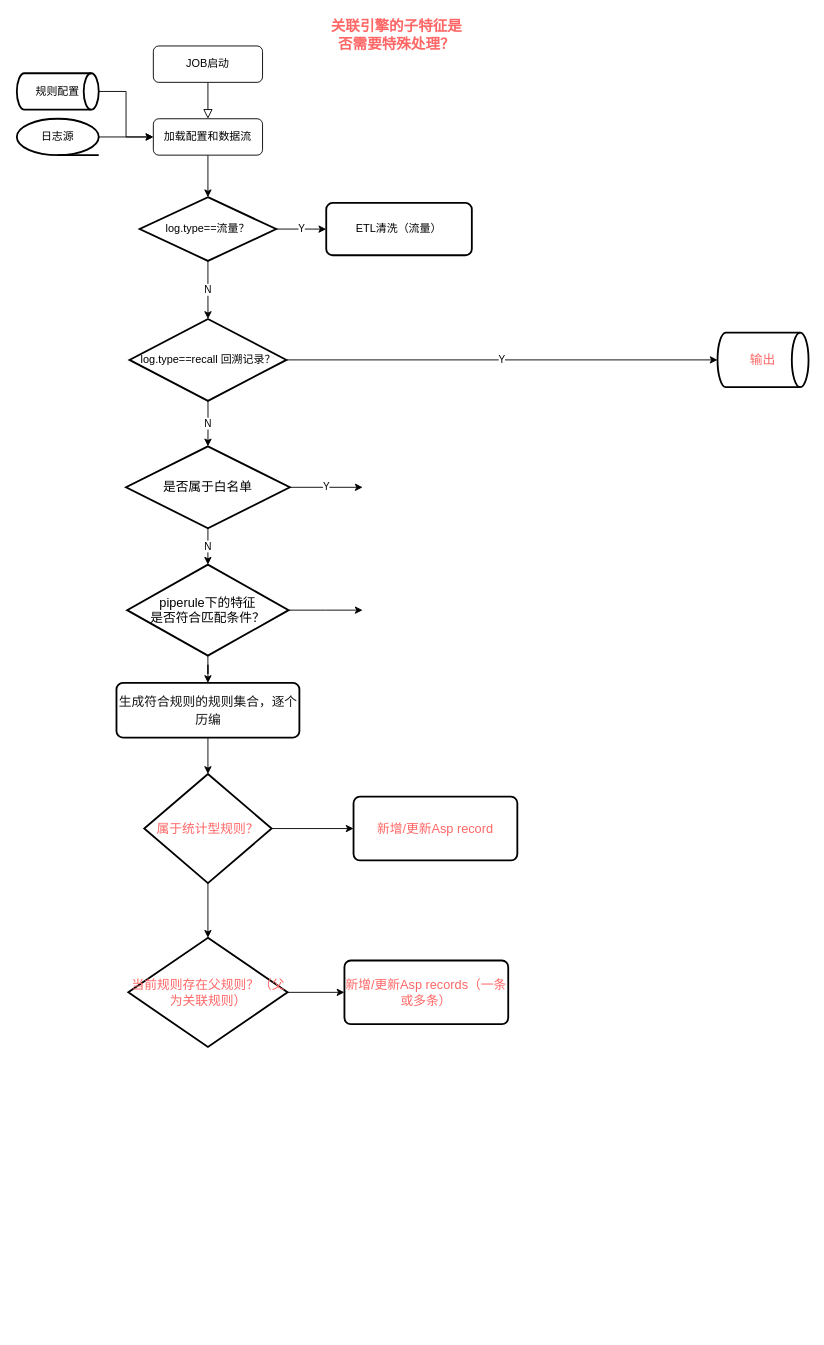
The draw.io diagram 分析引擎-特征前置过滤流程.drawio in liujianqun/draw, before the edit. Source tidied: cells renumbered, new cells numbered last; positions are measured from the earlier drawing's top-left corner, leaving out a move shared by most shapes. Both pictures are drawn from the tidied source at 91%, with x=0, y=0 at pixel (16, 27).
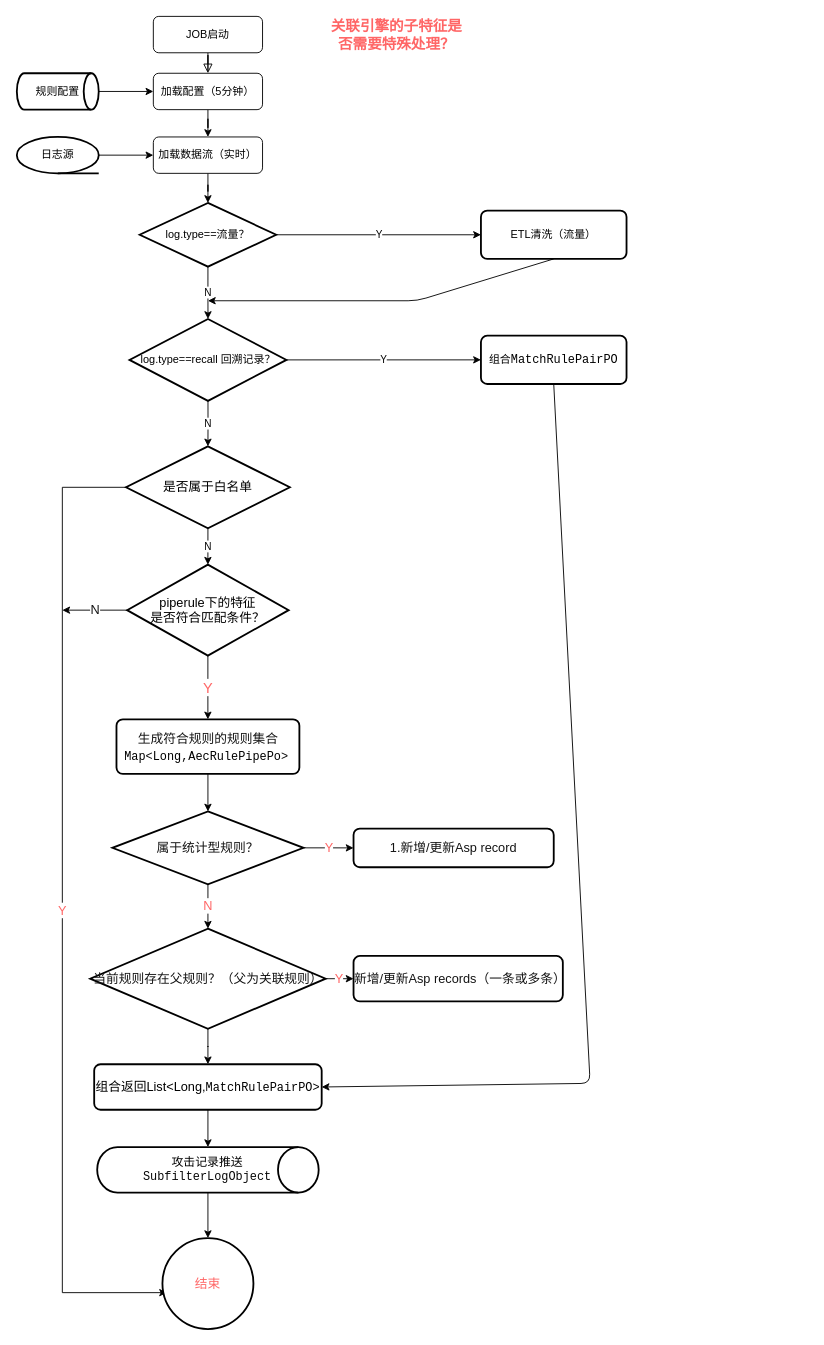
Above is the later version.

Commit message:
Update 分析引擎-特征前置过滤流程.drawio

Unchanged cells that the change refers to:
```xml
<mxCell id="16" value="log.type==recall 回溯记录？" style="strokeWidth=2;html=1;shape=mxgraph.flowchart.decision;whiteSpace=wrap;" parent="1" vertex="1">
  <mxGeometry x="123.8" y="320" width="172.5" height="90" as="geometry" />
</mxCell>
<mxCell id="19" value="是否属于白名单" style="strokeWidth=2;html=1;shape=mxgraph.flowchart.decision;whiteSpace=wrap;fontSize=14;" parent="1" vertex="1">
  <mxGeometry x="120" y="460" width="180" height="90" as="geometry" />
</mxCell>
<mxCell id="22" value="piperule下的特征&lt;br style=&quot;font-size: 14px;&quot;&gt;是否符合匹配条件？" style="strokeWidth=2;html=1;shape=mxgraph.flowchart.decision;whiteSpace=wrap;fontSize=14;" parent="1" vertex="1">
  <mxGeometry x="121.2" y="590" width="177.5" height="100" as="geometry" />
</mxCell>
```

What changed in the source:
```diff
@@
     <mxCell id="3" value="JOB启动" style="rounded=1;whiteSpace=wrap;html=1;fontSize=12;glass=0;strokeWidth=1;shadow=0;" parent="1" vertex="1">
-      <mxGeometry x="150" y="20" width="120" height="40" as="geometry" />
+      <mxGeometry x="150" y="-12.5" width="120" height="40" as="geometry" />
     </mxCell>
-    <mxCell id="4" style="edgeStyle=orthogonalEdgeStyle;rounded=0;jettySize=auto;html=1;entryX=0.5;entryY=0;entryDx=0;entryDy=0;entryPerimeter=0;" parent="1" edge="1" source="5" target="12">
+    <mxCell id="4" style="edgeStyle=orthogonalEdgeStyle;rounded=0;jettySize=auto;html=1;entryX=0.5;entryY=0;entryDx=0;entryDy=0;" parent="1" edge="1" source="5" target="38">
       <mxGeometry relative="1" as="geometry" />
     </mxCell>
-    <mxCell id="5" value="加载配置和数据流" style="rounded=1;whiteSpace=wrap;html=1;fontSize=12;glass=0;strokeWidth=1;shadow=0;" parent="1" vertex="1">
-      <mxGeometry x="150" y="100" width="120" height="40" as="geometry" />
+    <mxCell id="5" value="加载配置（5分钟）" style="rounded=1;whiteSpace=wrap;html=1;fontSize=12;glass=0;strokeWidth=1;shadow=0;" parent="1" vertex="1">
+      <mxGeometry x="150" y="50" width="120" height="40" as="geometry" />
     </mxCell>
-    <mxCell id="6" style="edgeStyle=orthogonalEdgeStyle;rounded=0;jettySize=auto;html=1;entryX=0;entryY=0.5;entryDx=0;entryDy=0;" parent="1" edge="1" source="7" target="5">
-      <mxGeometry relative="1" as="geometry" />
-    </mxCell>
+    <mxCell id="34" style="edgeStyle=orthogonalEdgeStyle;rounded=0;jettySize=auto;html=1;fontSize=14;fontColor=#FF6666;" parent="1" edge="1" source="7" target="38">
+      <mxGeometry relative="1" as="geometry" />
+    </mxCell>
     <mxCell id="7" value="日志源" style="strokeWidth=2;html=1;shape=mxgraph.flowchart.sequential_data;whiteSpace=wrap;" parent="1" vertex="1">
-      <mxGeometry y="100" width="90" height="40" as="geometry" />
+      <mxGeometry y="120" width="90" height="40" as="geometry" />
     </mxCell>
@@
     <mxCell id="12" value="log.type==流量？" style="strokeWidth=2;html=1;shape=mxgraph.flowchart.decision;whiteSpace=wrap;" parent="1" vertex="1">
-      <mxGeometry x="135" y="186.2" width="150" height="70" as="geometry" />
+      <mxGeometry x="135" y="192.5" width="150" height="70" as="geometry" />
     </mxCell>
     <mxCell id="13" value="ETL清洗（流量）" style="rounded=1;whiteSpace=wrap;html=1;absoluteArcSize=1;arcSize=14;strokeWidth=2;" parent="1" vertex="1">
-      <mxGeometry x="340" y="192.5" width="160" height="57.5" as="geometry" />
+      <mxGeometry x="510" y="200.9" width="160" height="53.1" as="geometry" />
     </mxCell>
-    <mxCell id="14" value="Y" style="edgeStyle=orthogonalEdgeStyle;rounded=0;jettySize=auto;html=1;exitX=1;exitY=0.5;exitDx=0;exitDy=0;exitPerimeter=0;entryX=0;entryY=0.5;entryDx=0;entryDy=0;entryPerimeter=0;" parent="1" edge="1" source="16" target="33">
+    <mxCell id="14" value="Y" style="edgeStyle=orthogonalEdgeStyle;rounded=0;jettySize=auto;html=1;exitX=1;exitY=0.5;exitDx=0;exitDy=0;exitPerimeter=0;entryX=0;entryY=0.5;entryDx=0;entryDy=0;" parent="1" edge="1" source="16" target="40">
       <mxGeometry relative="1" as="geometry" />
     </mxCell>
@@
+    <mxCell id="18" value="N" style="edgeStyle=orthogonalEdgeStyle;rounded=0;jettySize=auto;html=1;exitX=0.5;exitY=1;exitDx=0;exitDy=0;exitPerimeter=0;entryX=0.5;entryY=0;entryDx=0;entryDy=0;entryPerimeter=0;" parent="1" edge="1" source="19" target="22">
+      <mxGeometry relative="1" as="geometry" />
+    </mxCell>
-    <mxCell id="17" value="Y" style="edgeStyle=orthogonalEdgeStyle;rounded=0;jettySize=auto;html=1;exitX=1;exitY=0.5;exitDx=0;exitDy=0;exitPerimeter=0;" parent="1" edge="1" source="19">
+    <mxCell id="17" value="Y" style="edgeStyle=orthogonalEdgeStyle;rounded=0;jettySize=auto;html=1;exitX=0;exitY=0.5;exitDx=0;exitDy=0;exitPerimeter=0;fontSize=14;fontColor=#FF6666;entryX=0.05;entryY=0.6;entryDx=0;entryDy=0;entryPerimeter=0;" parent="1" edge="1" source="19" target="46">
       <mxGeometry relative="1" as="geometry">
-        <mxPoint x="380" y="505" as="targetPoint" />
+        <Array as="points">
+          <mxPoint x="50" y="505" />
+          <mxPoint x="50" y="1390" />
+        </Array>
       </mxGeometry>
     </mxCell>
-    <mxCell id="18" value="N" style="edgeStyle=orthogonalEdgeStyle;rounded=0;jettySize=auto;html=1;exitX=0.5;exitY=1;exitDx=0;exitDy=0;exitPerimeter=0;entryX=0.5;entryY=0;entryDx=0;entryDy=0;entryPerimeter=0;" parent="1" edge="1" source="19" target="22">
-      <mxGeometry relative="1" as="geometry" />
-    </mxCell>
@@
-    <mxCell id="20" style="edgeStyle=orthogonalEdgeStyle;rounded=0;jettySize=auto;html=1;exitX=1;exitY=0.5;exitDx=0;exitDy=0;exitPerimeter=0;fontSize=16;fontColor=#FF6666;" parent="1" edge="1" source="22">
-      <mxGeometry relative="1" as="geometry">
-        <mxPoint x="380" y="640" as="targetPoint" />
-      </mxGeometry>
-    </mxCell>
-    <mxCell id="21" style="edgeStyle=orthogonalEdgeStyle;rounded=0;jettySize=auto;html=1;exitX=0.5;exitY=1;exitDx=0;exitDy=0;exitPerimeter=0;fontSize=16;fontColor=#FF6666;" parent="1" edge="1" source="22" target="25">
+    <mxCell id="21" value="Y" style="edgeStyle=orthogonalEdgeStyle;rounded=0;jettySize=auto;html=1;exitX=0.5;exitY=1;exitDx=0;exitDy=0;exitPerimeter=0;fontSize=16;fontColor=#FF6666;" parent="1" edge="1" source="22" target="25">
       <mxGeometry relative="1" as="geometry" />
     </mxCell>
+    <mxCell id="35" value="N" style="edgeStyle=orthogonalEdgeStyle;rounded=0;jettySize=auto;html=1;exitX=0;exitY=0.5;exitDx=0;exitDy=0;exitPerimeter=0;fontSize=14;fontColor=#141414;" parent="1" edge="1" source="22">
+      <mxGeometry relative="1" as="geometry">
+        <mxPoint x="50" y="640" as="targetPoint" />
+      </mxGeometry>
+    </mxCell>
@@
-    <mxCell id="25" value="&lt;font color=&quot;#141414&quot;&gt;&lt;span style=&quot;font-size: 14px&quot;&gt;生成符合规则的规则集合，逐个历编&lt;/span&gt;&lt;/font&gt;" style="rounded=1;whiteSpace=wrap;html=1;absoluteArcSize=1;arcSize=14;strokeWidth=2;fontSize=16;fontColor=#FF6666;" parent="1" vertex="1">
-      <mxGeometry x="109.5" y="720" width="201" height="60" as="geometry" />
+    <mxCell id="25" value="&lt;font color=&quot;#141414&quot;&gt;&lt;span style=&quot;font-size: 14px&quot;&gt;生成符合规则的规则集合&lt;br&gt;&lt;/span&gt;&lt;/font&gt;&lt;span style=&quot;font-family: &amp;#34;jetbrains mono&amp;#34; , monospace ; font-size: 9.8pt ; color: rgb(0 , 0 , 0)&quot;&gt;Map&lt;/span&gt;&lt;span style=&quot;background-color: rgb(255 , 255 , 255) ; color: rgb(8 , 8 , 8) ; font-family: &amp;#34;jetbrains mono&amp;#34; , monospace ; font-size: 9.8pt&quot;&gt;&amp;lt;&lt;/span&gt;&lt;span style=&quot;font-family: &amp;#34;jetbrains mono&amp;#34; , monospace ; font-size: 9.8pt ; color: rgb(0 , 0 , 0)&quot;&gt;Long&lt;/span&gt;&lt;span style=&quot;background-color: rgb(255 , 255 , 255) ; color: rgb(8 , 8 , 8) ; font-family: &amp;#34;jetbrains mono&amp;#34; , monospace ; font-size: 9.8pt&quot;&gt;,&lt;/span&gt;&lt;span style=&quot;font-family: &amp;#34;jetbrains mono&amp;#34; , monospace ; font-size: 9.8pt ; color: rgb(0 , 0 , 0)&quot;&gt;AecRulePipePo&lt;/span&gt;&lt;span style=&quot;background-color: rgb(255 , 255 , 255) ; color: rgb(8 , 8 , 8) ; font-family: &amp;#34;jetbrains mono&amp;#34; , monospace ; font-size: 9.8pt&quot;&gt;&amp;gt;&lt;/span&gt;&lt;font color=&quot;#141414&quot;&gt;&lt;span style=&quot;font-size: 14px&quot;&gt;&amp;nbsp;&lt;/span&gt;&lt;/font&gt;" style="rounded=1;whiteSpace=wrap;html=1;absoluteArcSize=1;arcSize=14;strokeWidth=2;fontSize=16;fontColor=#FF6666;" parent="1" vertex="1">
+      <mxGeometry x="109.5" y="760" width="201" height="60" as="geometry" />
     </mxCell>
-    <mxCell id="26" style="edgeStyle=orthogonalEdgeStyle;rounded=0;jettySize=auto;html=1;exitX=1;exitY=0.5;exitDx=0;exitDy=0;exitPerimeter=0;fontSize=14;fontColor=#FF6666;entryX=0;entryY=0.5;entryDx=0;entryDy=0;" parent="1" edge="1" source="28" target="29">
+    <mxCell id="26" value="Y" style="edgeStyle=orthogonalEdgeStyle;rounded=0;jettySize=auto;html=1;exitX=1;exitY=0.5;exitDx=0;exitDy=0;exitPerimeter=0;fontSize=14;fontColor=#FF6666;entryX=0;entryY=0.5;entryDx=0;entryDy=0;" parent="1" edge="1" source="28" target="29">
       <mxGeometry relative="1" as="geometry" />
     </mxCell>
-    <mxCell id="27" style="edgeStyle=orthogonalEdgeStyle;rounded=0;jettySize=auto;html=1;fontSize=14;fontColor=#FF6666;entryX=0.5;entryY=0;entryDx=0;entryDy=0;entryPerimeter=0;" parent="1" edge="1" source="28" target="31">
+    <mxCell id="27" value="N" style="edgeStyle=orthogonalEdgeStyle;rounded=0;jettySize=auto;html=1;fontSize=14;fontColor=#FF6666;entryX=0.5;entryY=0;entryDx=0;entryDy=0;entryPerimeter=0;" parent="1" edge="1" source="28" target="31">
       <mxGeometry relative="1" as="geometry" />
     </mxCell>
-    <mxCell id="28" value="属于统计型规则？" style="strokeWidth=2;html=1;shape=mxgraph.flowchart.decision;whiteSpace=wrap;fontSize=14;fontColor=#FF6666;" parent="1" vertex="1">
-      <mxGeometry x="140" y="820" width="140" height="120" as="geometry" />
+    <mxCell id="28" value="属于统计型规则？" style="strokeWidth=2;html=1;shape=mxgraph.flowchart.decision;whiteSpace=wrap;fontSize=14;fontColor=#141414;" parent="1" vertex="1">
+      <mxGeometry x="105" y="861.2" width="210" height="80" as="geometry" />
     </mxCell>
-    <mxCell id="29" value="新增/更新Asp record" style="rounded=1;whiteSpace=wrap;html=1;absoluteArcSize=1;arcSize=14;strokeWidth=2;fontSize=14;fontColor=#FF6666;" parent="1" vertex="1">
-      <mxGeometry x="370" y="845" width="180" height="70" as="geometry" />
+    <mxCell id="29" value="1.新增/更新Asp record" style="rounded=1;whiteSpace=wrap;html=1;absoluteArcSize=1;arcSize=14;strokeWidth=2;fontSize=14;fontColor=#141414;" parent="1" vertex="1">
+      <mxGeometry x="370" y="880" width="220" height="42.5" as="geometry" />
     </mxCell>
-    <mxCell id="30" style="edgeStyle=orthogonalEdgeStyle;rounded=0;jettySize=auto;html=1;exitX=1;exitY=0.5;exitDx=0;exitDy=0;exitPerimeter=0;fontSize=14;fontColor=#FF6666;entryX=0;entryY=0.5;entryDx=0;entryDy=0;" parent="1" edge="1" source="31" target="32">
+    <mxCell id="30" value="Y" style="edgeStyle=orthogonalEdgeStyle;rounded=0;jettySize=auto;html=1;exitX=1;exitY=0.5;exitDx=0;exitDy=0;exitPerimeter=0;fontSize=14;fontColor=#FF6666;entryX=0;entryY=0.5;entryDx=0;entryDy=0;" parent="1" edge="1" source="31" target="32">
       <mxGeometry relative="1" as="geometry" />
     </mxCell>
+    <mxCell id="36" style="edgeStyle=orthogonalEdgeStyle;rounded=0;jettySize=auto;html=1;fontSize=14;fontColor=#FF6666;entryX=0.5;entryY=0;entryDx=0;entryDy=0;" parent="1" edge="1" source="31" target="42">
+      <mxGeometry relative="1" as="geometry" />
+    </mxCell>
-    <mxCell id="31" value="当前规则存在父规则？（父为关联规则）" style="strokeWidth=2;html=1;shape=mxgraph.flowchart.decision;whiteSpace=wrap;fontSize=14;fontColor=#FF6666;" parent="1" vertex="1">
-      <mxGeometry x="122.5" y="1000" width="175" height="120" as="geometry" />
+    <mxCell id="31" value="当前规则存在父规则？（父为关联规则）" style="strokeWidth=2;html=1;shape=mxgraph.flowchart.decision;whiteSpace=wrap;fontSize=14;fontColor=#141414;" parent="1" vertex="1">
+      <mxGeometry x="80.6" y="990" width="258.8" height="110" as="geometry" />
     </mxCell>
-    <mxCell id="32" value="新增/更新Asp records（一条或多条）" style="rounded=1;whiteSpace=wrap;html=1;absoluteArcSize=1;arcSize=14;strokeWidth=2;fontSize=14;fontColor=#FF6666;" parent="1" vertex="1">
-      <mxGeometry x="360" y="1025" width="180" height="70" as="geometry" />
+    <mxCell id="32" value="新增/更新Asp records（一条或多条）" style="rounded=1;whiteSpace=wrap;html=1;absoluteArcSize=1;arcSize=14;strokeWidth=2;fontSize=14;fontColor=#141414;" parent="1" vertex="1">
+      <mxGeometry x="370" y="1020" width="230" height="50" as="geometry" />
     </mxCell>
-    <mxCell id="33" value="输出" style="strokeWidth=2;html=1;shape=mxgraph.flowchart.direct_data;whiteSpace=wrap;fontSize=14;fontColor=#FF6666;" parent="1" vertex="1">
-      <mxGeometry x="770" y="335" width="100" height="60" as="geometry" />
-    </mxCell>
+    <mxCell id="37" style="edgeStyle=orthogonalEdgeStyle;rounded=0;jettySize=auto;html=1;exitX=0.5;exitY=1;exitDx=0;exitDy=0;fontSize=14;fontColor=#FF6666;" parent="1" edge="1" source="38" target="12">
+      <mxGeometry relative="1" as="geometry" />
+    </mxCell>
+    <mxCell id="38" value="加载数据流（实时）" style="rounded=1;whiteSpace=wrap;html=1;fontSize=12;glass=0;strokeWidth=1;shadow=0;" parent="1" vertex="1">
+      <mxGeometry x="150" y="120" width="120" height="40" as="geometry" />
+    </mxCell>
+    <mxCell id="39" style="endArrow=classic;html=1;fontSize=14;fontColor=#FF6666;exitX=0.5;exitY=1;exitDx=0;exitDy=0;" parent="1" edge="1" source="13">
+      <mxGeometry relative="1" as="geometry">
+        <mxPoint x="210" y="300" as="targetPoint" />
+        <Array as="points">
+          <mxPoint x="440" y="300" />
+        </Array>
+      </mxGeometry>
+    </mxCell>
+    <mxCell id="40" value="组合&lt;span style=&quot;font-family: &amp;#34;jetbrains mono&amp;#34; , monospace ; font-size: 13.0667px ; background-color: rgb(255 , 255 , 255)&quot;&gt;MatchRulePairPO&lt;/span&gt;" style="rounded=1;whiteSpace=wrap;html=1;absoluteArcSize=1;arcSize=14;strokeWidth=2;" parent="1" vertex="1">
+      <mxGeometry x="510" y="338.4" width="160" height="53.1" as="geometry" />
+    </mxCell>
+    <mxCell id="41" style="edgeStyle=orthogonalEdgeStyle;rounded=0;jettySize=auto;html=1;fontSize=14;fontColor=#FF6666;" parent="1" edge="1" source="42" target="45">
+      <mxGeometry relative="1" as="geometry" />
+    </mxCell>
+    <mxCell id="42" value="组合返回List&amp;lt;Long,&lt;span style=&quot;background-color: rgb(255, 255, 255); font-family: &amp;quot;jetbrains mono&amp;quot;, monospace; font-size: 9.8pt;&quot;&gt;MatchRulePairPO&amp;gt;&lt;/span&gt;" style="rounded=1;whiteSpace=wrap;html=1;absoluteArcSize=1;arcSize=14;strokeWidth=2;fontSize=14;" parent="1" vertex="1">
+      <mxGeometry x="85" y="1139" width="250" height="50" as="geometry" />
+    </mxCell>
+    <mxCell id="43" style="endArrow=classic;html=1;fontSize=14;fontColor=#FF6666;exitX=0.5;exitY=1;exitDx=0;exitDy=0;entryX=1;entryY=0.5;entryDx=0;entryDy=0;" parent="1" edge="1" source="40" target="42">
+      <mxGeometry relative="1" as="geometry">
+        <Array as="points">
+          <mxPoint x="630" y="1160" />
+        </Array>
+      </mxGeometry>
+    </mxCell>
+    <mxCell id="44" style="edgeStyle=orthogonalEdgeStyle;rounded=0;jettySize=auto;html=1;fontSize=14;fontColor=#FF6666;" parent="1" edge="1" source="45" target="46">
+      <mxGeometry relative="1" as="geometry" />
+    </mxCell>
+    <mxCell id="45" value="&lt;pre style=&quot;background-color: rgb(255 , 255 , 255) ; font-family: &amp;#34;jetbrains mono&amp;#34; , monospace ; font-size: 9.8pt&quot;&gt;&lt;font color=&quot;#000000&quot;&gt;攻击记录推送&lt;br/&gt;&lt;/font&gt;&lt;font color=&quot;#080808&quot;&gt;SubfilterLogObject&lt;/font&gt;&lt;/pre&gt;" style="strokeWidth=2;html=1;shape=mxgraph.flowchart.direct_data;whiteSpace=wrap;fontSize=14;fontColor=#FF6666;" parent="1" vertex="1">
+      <mxGeometry x="88.3" y="1230" width="243.4" height="50" as="geometry" />
+    </mxCell>
+    <mxCell id="46" value="结束" style="strokeWidth=2;html=1;shape=mxgraph.flowchart.start_2;whiteSpace=wrap;fontSize=14;fontColor=#FF6666;" parent="1" vertex="1">
+      <mxGeometry x="160" y="1330" width="100" height="100" as="geometry" />
+    </mxCell>
```
